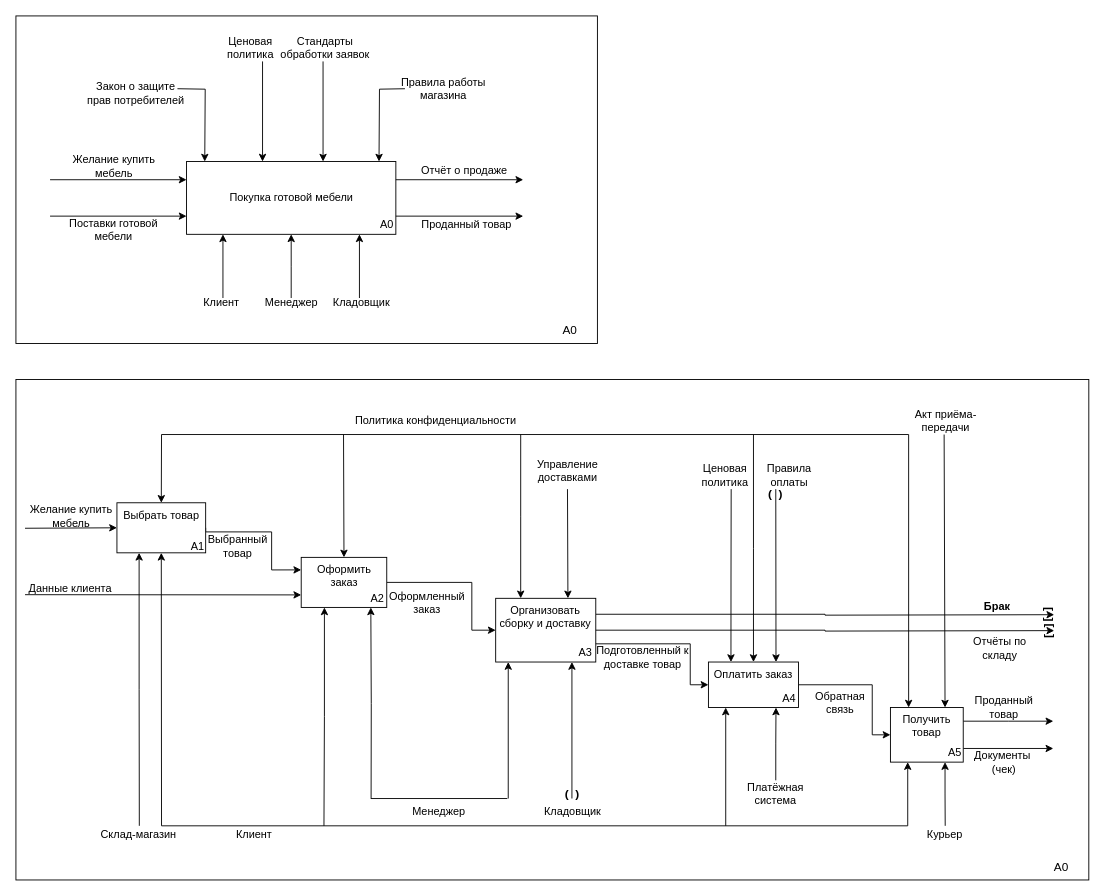
Above: page "IDEF0" (1 of 8) of Все диаграммы.drawio in AnnaOtchina/AnnaKyrsach (draw.io), before the change. Source tidied: cells renumbered, new cells numbered last; positions are measured from the earlier drawing's top-left corner, leaving out a move shared by most shapes. Both pictures are drawn from the tidied source at 91%, with x=0, y=0 at pixel (15, 15).
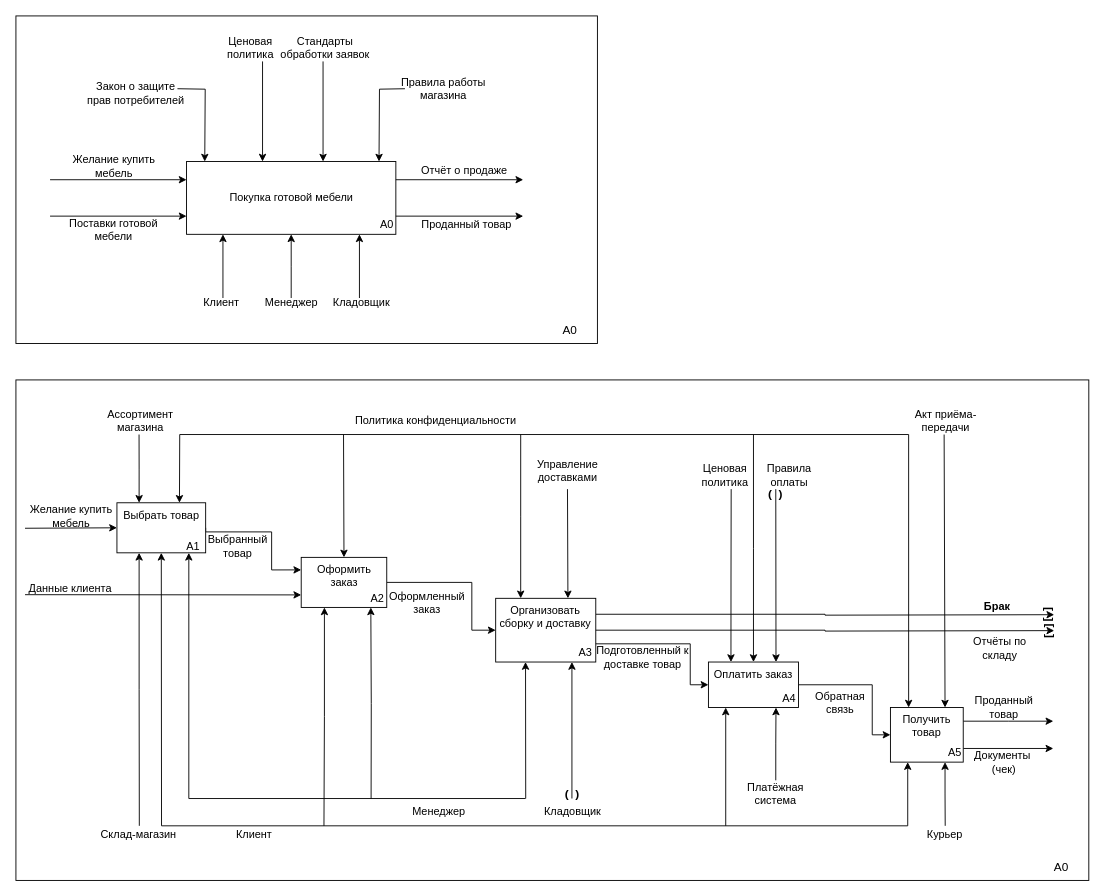
The same diagram, later.

Unchanged cells that the change refers to:
```xml
<mxCell id="29" value="Выбрать товар" style="whiteSpace=wrap;html=1;verticalAlign=top;" parent="1" vertex="1">
  <mxGeometry x="111" y="535" width="97.5" height="55" as="geometry" />
</mxCell>
```

The edit, as a diff of the source:
```diff
@@
     <mxCell id="2" style="rounded=0;whiteSpace=wrap;html=1;" parent="1" vertex="1">
-      <mxGeometry y="399.5" width="1179" height="550" as="geometry" />
+      <mxGeometry y="400" width="1179" height="550" as="geometry" />
     </mxCell>
@@
+    <mxCell id="97" style="edgeStyle=orthogonalEdgeStyle;rounded=0;orthogonalLoop=1;jettySize=auto;html=1;startArrow=classic;startFill=1;endArrow=none;endFill=0;" parent="1" edge="1">
+      <mxGeometry relative="1" as="geometry">
+        <mxPoint x="190" y="590" as="sourcePoint" />
+        <mxPoint x="190" y="860" as="targetPoint" />
+        <Array as="points">
+          <mxPoint x="190" y="590" />
+        </Array>
+      </mxGeometry>
+    </mxCell>
+    <mxCell id="98" style="edgeStyle=orthogonalEdgeStyle;rounded=0;jettySize=auto;html=1;exitX=0.25;exitY=0;exitDx=0;exitDy=0;startArrow=classic;startFill=1;endArrow=none;endFill=0;" parent="1" edge="1" source="29">
+      <mxGeometry relative="1" as="geometry">
+        <mxPoint x="135.3" y="460" as="targetPoint" />
+      </mxGeometry>
+    </mxCell>
@@
-    <mxCell id="61" style="endArrow=classic;html=1;rounded=0;" parent="1" edge="1">
+    <mxCell id="61" style="endArrow=classic;html=1;rounded=0;entryX=0.25;entryY=1;entryDx=0;entryDy=0;" parent="1" edge="1">
       <mxGeometry relative="1" as="geometry">
-        <mxPoint x="541" y="860" as="sourcePoint" />
-        <mxPoint x="541" y="710" as="targetPoint" />
+        <mxPoint x="560.2" y="860" as="sourcePoint" />
+        <mxPoint x="560" y="710" as="targetPoint" />
       </mxGeometry>
     </mxCell>
@@
     <mxCell id="71" style="endArrow=none;html=1;rounded=0;" parent="1" edge="1">
       <mxGeometry relative="1" as="geometry">
-        <mxPoint x="160" y="460" as="sourcePoint" />
+        <mxPoint x="180" y="460" as="sourcePoint" />
         <mxPoint x="981" y="460" as="targetPoint" />
       </mxGeometry>
     </mxCell>
@@
-    <mxCell id="75" style="endArrow=classic;html=1;rounded=0;entryX=0.5;entryY=0;entryDx=0;entryDy=0;" parent="1" edge="1" target="29">
+    <mxCell id="75" style="endArrow=classic;html=1;rounded=0;entryX=0.5;entryY=0;entryDx=0;entryDy=0;" parent="1" edge="1">
       <mxGeometry relative="1" as="geometry">
-        <mxPoint x="160" y="460" as="sourcePoint" />
+        <mxPoint x="180" y="460" as="sourcePoint" />
+        <mxPoint x="179.7" y="535" as="targetPoint" />
       </mxGeometry>
     </mxCell>
@@
     <mxCell id="81" value="А1" style="text;html=1;whiteSpace=wrap;strokeColor=none;fillColor=none;align=center;verticalAlign=middle;rounded=0;" parent="1" vertex="1">
-      <mxGeometry x="169.8" y="562.5" width="60" height="40" as="geometry" />
+      <mxGeometry x="165" y="562.5" width="60" height="40" as="geometry" />
     </mxCell>
@@
     <mxCell id="91" style="endArrow=none;html=1;rounded=0;" parent="1" edge="1">
       <mxGeometry relative="1" as="geometry">
-        <mxPoint x="390" y="860" as="sourcePoint" />
-        <mxPoint x="540" y="860" as="targetPoint" />
+        <mxPoint x="190" y="860" as="sourcePoint" />
+        <mxPoint x="560" y="860" as="targetPoint" />
       </mxGeometry>
     </mxCell>
@@
+    <mxCell id="99" value="Ассортимент магазина" style="text;html=1;whiteSpace=wrap;strokeColor=none;fillColor=none;align=center;verticalAlign=middle;rounded=0;" parent="1" vertex="1">
+      <mxGeometry x="86" y="430" width="101.5" height="30" as="geometry" />
+    </mxCell>
```
